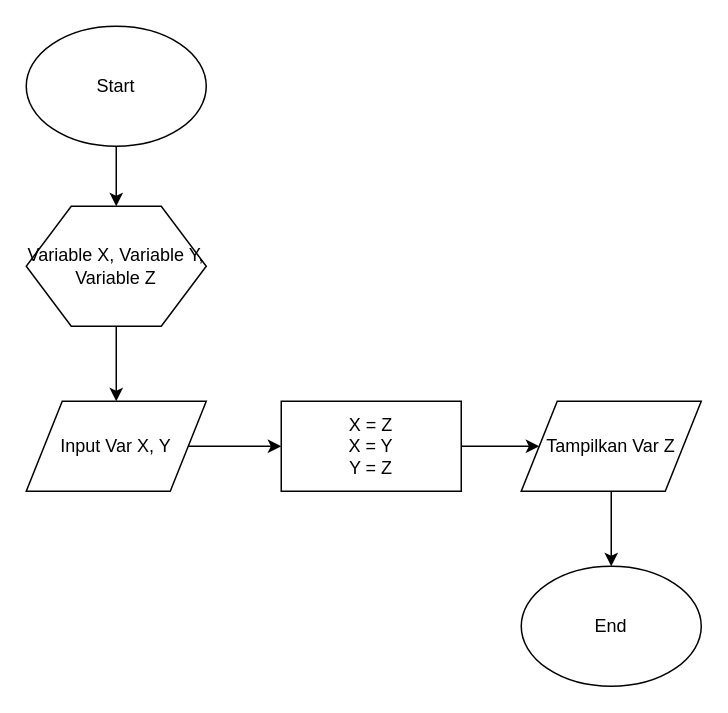
Before: QuizPakBro No2.drawio in suryaindra23/belajar, a draw.io diagram. Source tidied: cells renumbered, new cells numbered last; positions are measured from the earlier drawing's top-left corner, leaving out a move shared by most shapes. Both pictures are drawn from the tidied source at 150%, with x=0, y=0 at pixel (26, 26).
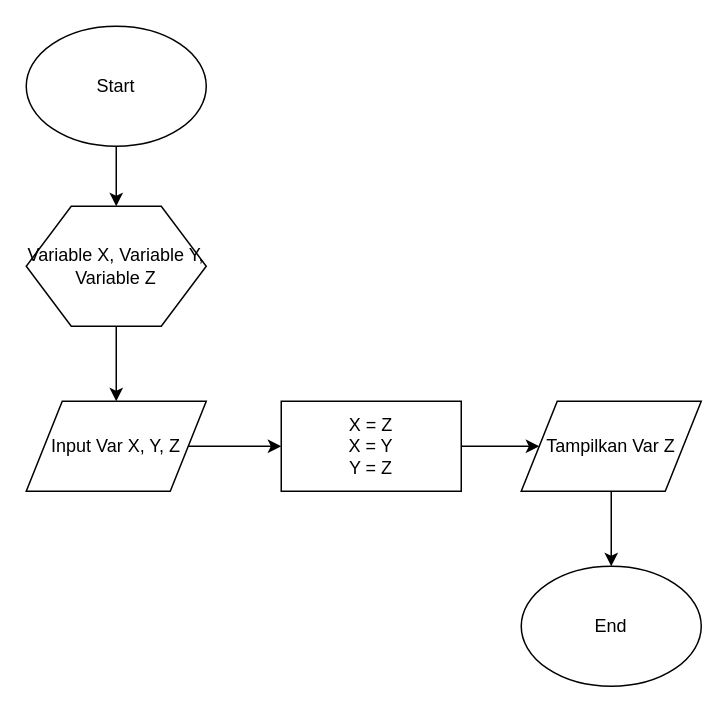
Above is the later version.

The edit, as a diff of the source:
```diff
@@
 <mxGraphModel background="#ffffff">
   <root>
     <mxCell id="0" />
     <mxCell id="1" parent="0" />
     <mxCell id="2" style="edgeStyle=orthogonalEdgeStyle;rounded=0;jettySize=auto;html=1;" parent="1" edge="1" source="3" target="5">
       <mxGeometry relative="1" as="geometry" />
     </mxCell>
     <mxCell id="3" value="Start" style="ellipse;whiteSpace=wrap;html=1;" parent="1" vertex="1">
       <mxGeometry width="120" height="80" as="geometry" />
     </mxCell>
     <mxCell id="4" style="edgeStyle=orthogonalEdgeStyle;rounded=0;jettySize=auto;html=1;" parent="1" edge="1" source="5" target="7">
       <mxGeometry relative="1" as="geometry" />
     </mxCell>
     <mxCell id="5" value="Variable X, Variable Y, Variable Z" style="shape=hexagon;perimeter=hexagonPerimeter2;whiteSpace=wrap;html=1;" parent="1" vertex="1">
       <mxGeometry y="120" width="120" height="80" as="geometry" />
     </mxCell>
     <mxCell id="6" style="edgeStyle=orthogonalEdgeStyle;rounded=0;jettySize=auto;html=1;" parent="1" edge="1" source="7" target="9">
       <mxGeometry relative="1" as="geometry" />
     </mxCell>
-    <mxCell id="7" value="Input Var X, Y" style="shape=parallelogram;perimeter=parallelogramPerimeter;whiteSpace=wrap;html=1;" parent="1" vertex="1">
+    <mxCell id="7" value="Input Var X, Y, Z" style="shape=parallelogram;perimeter=parallelogramPerimeter;whiteSpace=wrap;html=1;" parent="1" vertex="1">
       <mxGeometry y="250" width="120" height="60" as="geometry" />
     </mxCell>
     <mxCell id="8" style="edgeStyle=orthogonalEdgeStyle;rounded=0;jettySize=auto;html=1;" parent="1" edge="1" source="9" target="11">
       <mxGeometry relative="1" as="geometry" />
     </mxCell>
     <mxCell id="9" value="X = Z&lt;br&gt;X = Y&lt;br&gt;Y = Z" style="rounded=0;whiteSpace=wrap;html=1;" parent="1" vertex="1">
       <mxGeometry x="170" y="250" width="120" height="60" as="geometry" />
     </mxCell>
     <mxCell id="10" style="edgeStyle=orthogonalEdgeStyle;rounded=0;jettySize=auto;html=1;" parent="1" edge="1" source="11" target="12">
       <mxGeometry relative="1" as="geometry" />
     </mxCell>
     <mxCell id="11" value="Tampilkan Var Z" style="shape=parallelogram;perimeter=parallelogramPerimeter;whiteSpace=wrap;html=1;" parent="1" vertex="1">
       <mxGeometry x="330" y="250" width="120" height="60" as="geometry" />
     </mxCell>
     <mxCell id="12" value="End" style="ellipse;whiteSpace=wrap;html=1;" parent="1" vertex="1">
       <mxGeometry x="330" y="360" width="120" height="80" as="geometry" />
     </mxCell>
   </root>
 </mxGraphModel>
```
